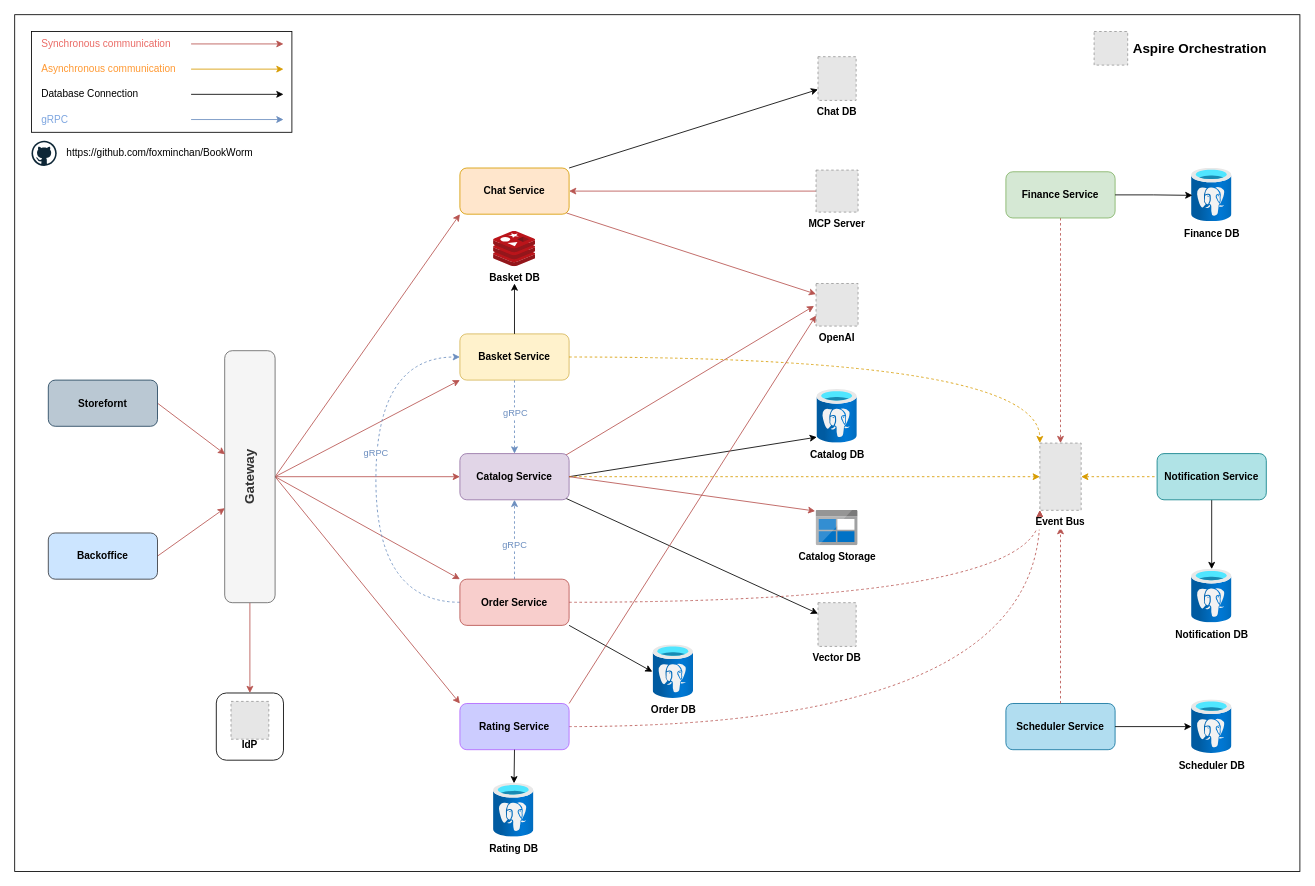
Above: assets/BookWorm.drawio in foxminchan/BookWorm (draw.io), before the change. Source tidied: cells renumbered, new cells numbered last; positions are measured from the earlier drawing's top-left corner, leaving out a move shared by most shapes. Both pictures are drawn from the tidied source at 84%, with x=0, y=0 at pixel (14, 14). Pictures stored in the file or linked from it are replaced by grey dashed boxes.
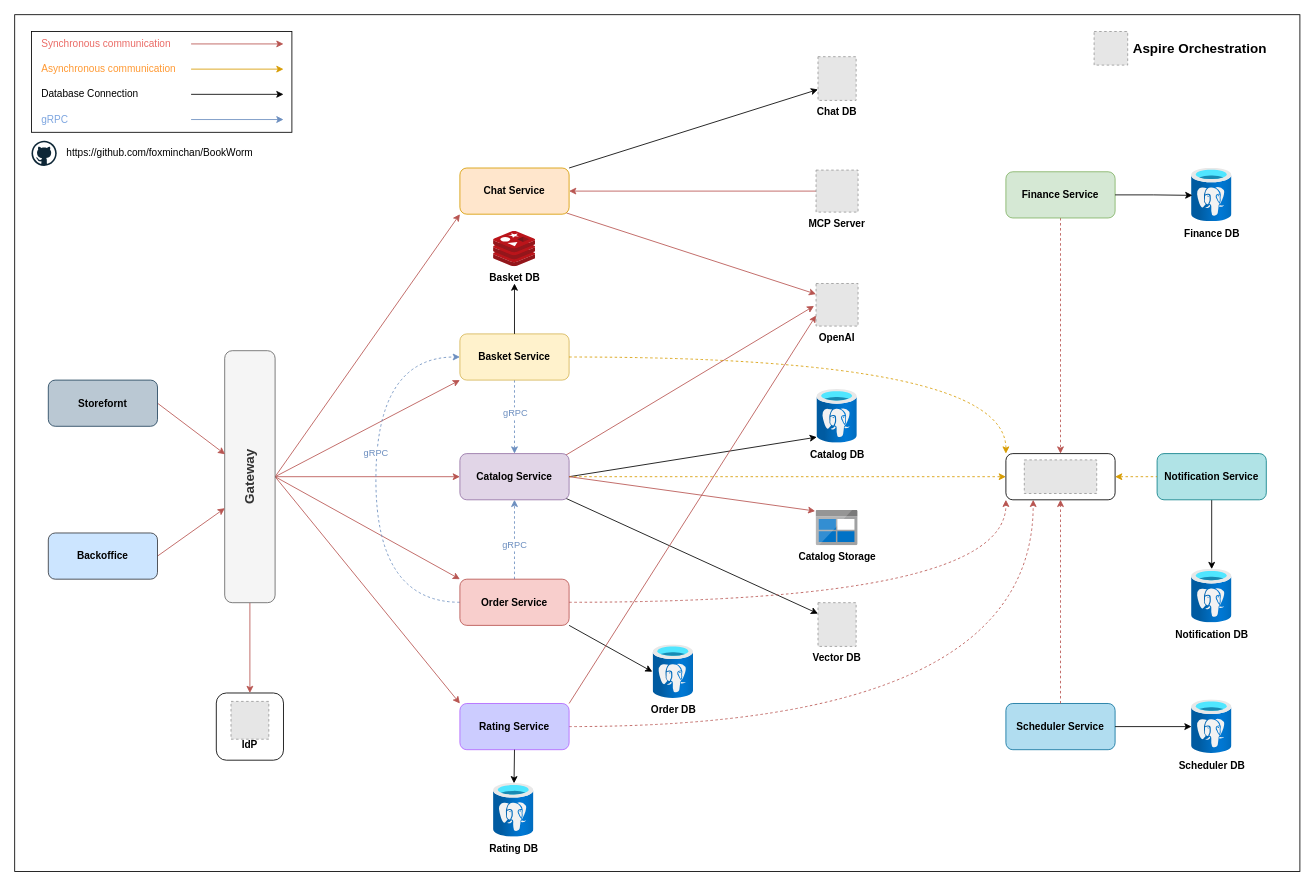
Above is the later version.

Unchanged cells that the change refers to:
```xml
<mxCell id="12" value="Catalog Service" style="rounded=1;whiteSpace=wrap;html=1;fontStyle=1;fillColor=#e1d5e7;strokeColor=#9673a6;" parent="1" vertex="1">
  <mxGeometry x="530" y="522.5" width="130" height="55" as="geometry" />
</mxCell>
<mxCell id="18" value="Basket Service" style="rounded=1;whiteSpace=wrap;html=1;fontStyle=1;fillColor=#fff2cc;strokeColor=#d6b656;" parent="1" vertex="1">
  <mxGeometry x="530" y="380" width="130" height="55" as="geometry" />
</mxCell>
<mxCell id="29" value="Finance Service" style="rounded=1;whiteSpace=wrap;html=1;fontStyle=1;fillColor=#d5e8d4;strokeColor=#82b366;" parent="1" vertex="1">
  <mxGeometry x="1180" y="187" width="130" height="55" as="geometry" />
</mxCell>
<mxCell id="30" value="Scheduler Service" style="rounded=1;whiteSpace=wrap;html=1;fontStyle=1;fillColor=#b1ddf0;strokeColor=#10739e;" parent="1" vertex="1">
  <mxGeometry x="1180" y="820" width="130" height="55" as="geometry" />
</mxCell>
<mxCell id="36" value="Notification Service" style="rounded=1;whiteSpace=wrap;html=1;fontStyle=1;fillColor=#b0e3e6;strokeColor=#0e8088;" parent="1" vertex="1">
  <mxGeometry x="1360" y="522.5" width="130" height="55" as="geometry" />
</mxCell>
<mxCell id="46" value="Order Service" style="rounded=1;whiteSpace=wrap;html=1;fontStyle=1;fillColor=#f8cecc;strokeColor=#b85450;" parent="1" vertex="1">
  <mxGeometry x="530" y="672" width="130" height="55" as="geometry" />
</mxCell>
<mxCell id="68" value="Rating Service" style="rounded=1;whiteSpace=wrap;html=1;fontStyle=1;fillColor=#CCCCFF;strokeColor=#B266FF;fontColor=#000000;" parent="1" vertex="1">
  <mxGeometry x="530" y="820" width="130" height="55" as="geometry" />
</mxCell>
```

Diff of the diagram source:
```diff
@@
-    <mxCell id="25" style="edgeStyle=orthogonalEdgeStyle;rounded=0;jettySize=auto;html=1;exitX=1;exitY=0.5;exitDx=0;exitDy=0;entryX=0;entryY=0.5;entryDx=0;entryDy=0;fillColor=#ffe6cc;strokeColor=#d79b00;dashed=1;endArrow=classic;endFill=1;" parent="1" edge="1" source="12" target="80">
+    <mxCell id="25" style="edgeStyle=orthogonalEdgeStyle;rounded=0;jettySize=auto;html=1;exitX=1;exitY=0.5;exitDx=0;exitDy=0;fillColor=#ffe6cc;strokeColor=#d79b00;dashed=1;endArrow=classic;endFill=1;entryX=0;entryY=0.5;entryDx=0;entryDy=0;" parent="1" edge="1" source="12" target="82">
       <mxGeometry relative="1" as="geometry" />
     </mxCell>
-    <mxCell id="26" style="rounded=0;jettySize=auto;html=1;exitX=1;exitY=0.5;exitDx=0;exitDy=0;entryX=0;entryY=0;entryDx=0;entryDy=0;fillColor=#ffe6cc;strokeColor=#d79b00;dashed=1;edgeStyle=orthogonalEdgeStyle;curved=1;endArrow=classic;endFill=1;" parent="1" edge="1" source="18" target="80">
+    <mxCell id="26" style="rounded=0;jettySize=auto;html=1;exitX=1;exitY=0.5;exitDx=0;exitDy=0;fillColor=#ffe6cc;strokeColor=#d79b00;dashed=1;edgeStyle=orthogonalEdgeStyle;curved=1;endArrow=classic;endFill=1;entryX=0;entryY=0;entryDx=0;entryDy=0;" parent="1" edge="1" source="18" target="82">
       <mxGeometry relative="1" as="geometry" />
     </mxCell>
-    <mxCell id="27" style="rounded=0;jettySize=auto;html=1;exitX=1;exitY=0.5;exitDx=0;exitDy=0;fillColor=#f8cecc;strokeColor=#b85450;dashed=1;edgeStyle=orthogonalEdgeStyle;curved=1;entryX=0;entryY=1;entryDx=0;entryDy=0;endArrow=classic;endFill=1;" parent="1" edge="1" source="46" target="80">
+    <mxCell id="27" style="rounded=0;jettySize=auto;html=1;exitX=1;exitY=0.5;exitDx=0;exitDy=0;fillColor=#f8cecc;strokeColor=#b85450;dashed=1;edgeStyle=orthogonalEdgeStyle;curved=1;endArrow=classic;endFill=1;entryX=0;entryY=1;entryDx=0;entryDy=0;" parent="1" edge="1" source="46" target="82">
       <mxGeometry relative="1" as="geometry" />
     </mxCell>
-    <mxCell id="28" style="edgeStyle=orthogonalEdgeStyle;rounded=0;jettySize=auto;html=1;fillColor=#f8cecc;strokeColor=#b85450;dashed=1;exitX=0.5;exitY=1;exitDx=0;exitDy=0;entryX=0.5;entryY=0;entryDx=0;entryDy=0;" parent="1" edge="1" source="29">
-      <mxGeometry relative="1" as="geometry">
-        <mxPoint x="1245" y="510" as="targetPoint" />
-      </mxGeometry>
+    <mxCell id="28" style="edgeStyle=orthogonalEdgeStyle;rounded=0;jettySize=auto;html=1;fillColor=#f8cecc;strokeColor=#b85450;dashed=1;exitX=0.5;exitY=1;exitDx=0;exitDy=0;entryX=0.5;entryY=0;entryDx=0;entryDy=0;" parent="1" edge="1" source="29" target="82">
+      <mxGeometry relative="1" as="geometry" />
     </mxCell>
@@
-    <mxCell id="37" style="endArrow=none;html=1;rounded=0;entryX=0;entryY=0.5;entryDx=0;entryDy=0;exitX=1;exitY=0.5;exitDx=0;exitDy=0;startArrow=classic;startFill=1;fillColor=#ffe6cc;strokeColor=#d79b00;dashed=1;" parent="1" edge="1" source="80" target="36">
+    <mxCell id="37" style="endArrow=none;html=1;rounded=0;entryX=0;entryY=0.5;entryDx=0;entryDy=0;exitX=1;exitY=0.5;exitDx=0;exitDy=0;startArrow=classic;startFill=1;fillColor=#ffe6cc;strokeColor=#d79b00;dashed=1;" parent="1" edge="1" source="82" target="36">
       <mxGeometry relative="1" as="geometry" />
     </mxCell>
@@
-    <mxCell id="45" style="edgeStyle=orthogonalEdgeStyle;rounded=0;jettySize=auto;html=1;exitX=0.5;exitY=0;exitDx=0;exitDy=0;fillColor=#f8cecc;strokeColor=#b85450;dashed=1;" parent="1" edge="1" source="30">
-      <mxGeometry relative="1" as="geometry">
-        <mxPoint x="1245" y="610" as="targetPoint" />
-      </mxGeometry>
+    <mxCell id="45" style="edgeStyle=orthogonalEdgeStyle;rounded=0;jettySize=auto;html=1;exitX=0.5;exitY=0;exitDx=0;exitDy=0;fillColor=#f8cecc;strokeColor=#b85450;dashed=1;entryX=0.5;entryY=1;entryDx=0;entryDy=0;" parent="1" edge="1" source="30" target="82">
+      <mxGeometry relative="1" as="geometry" />
     </mxCell>
@@
-    <mxCell id="66" style="edgeStyle=orthogonalEdgeStyle;rounded=0;jettySize=auto;html=1;exitX=1;exitY=0.5;exitDx=0;exitDy=0;curved=1;dashed=1;endArrow=classic;endFill=1;strokeColor=#B85450;entryX=0;entryY=1;entryDx=0;entryDy=0;" parent="1" edge="1" source="68" target="80">
+    <mxCell id="66" style="edgeStyle=orthogonalEdgeStyle;rounded=0;jettySize=auto;html=1;exitX=1;exitY=0.5;exitDx=0;exitDy=0;curved=1;dashed=1;endArrow=classic;endFill=1;strokeColor=#B85450;entryX=0.25;entryY=1;entryDx=0;entryDy=0;" parent="1" edge="1" source="68" target="82">
       <mxGeometry relative="1" as="geometry" />
     </mxCell>
@@
-    <mxCell id="80" value="Event Bus" style="fillColor=#E6E6E6;strokeColor=#999999;dashed=1;verticalLabelPosition=bottom;labelBackgroundColor=default;verticalAlign=top;fontStyle=1;" parent="1" vertex="1">
-      <mxGeometry x="1220.4" y="510" width="49.2" height="80" as="geometry" />
-    </mxCell>
+    <mxCell id="81" style="group;" parent="1" vertex="1">
+      <mxGeometry x="1180" y="522.5" width="130" height="55" as="geometry" />
+    </mxCell>
+    <mxCell id="82" style="rounded=1;whiteSpace=wrap;html=1;" parent="81" vertex="1">
+      <mxGeometry width="130" height="55" as="geometry" />
+    </mxCell>
+    <mxCell id="83" style="fillColor=#E6E6E6;strokeColor=#999999;dashed=1;verticalLabelPosition=bottom;labelBackgroundColor=default;verticalAlign=top;" parent="81" vertex="1">
+      <mxGeometry x="21.9" y="7.5" width="86.2" height="40" as="geometry" />
+    </mxCell>
```
